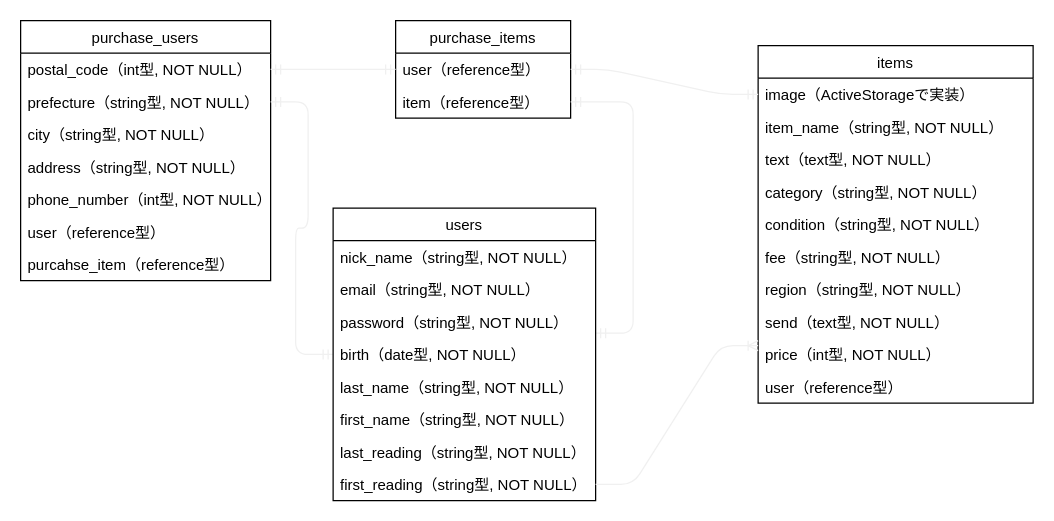
Earlier version of the draw.io diagram furima.dio (sazanami16/furima-31496). Source tidied: cells renumbered, new cells numbered last; positions are measured from the earlier drawing's top-left corner, leaving out a move shared by most shapes. Both pictures are drawn from the tidied source at 125%, with x=0, y=0 at pixel (20, 20).
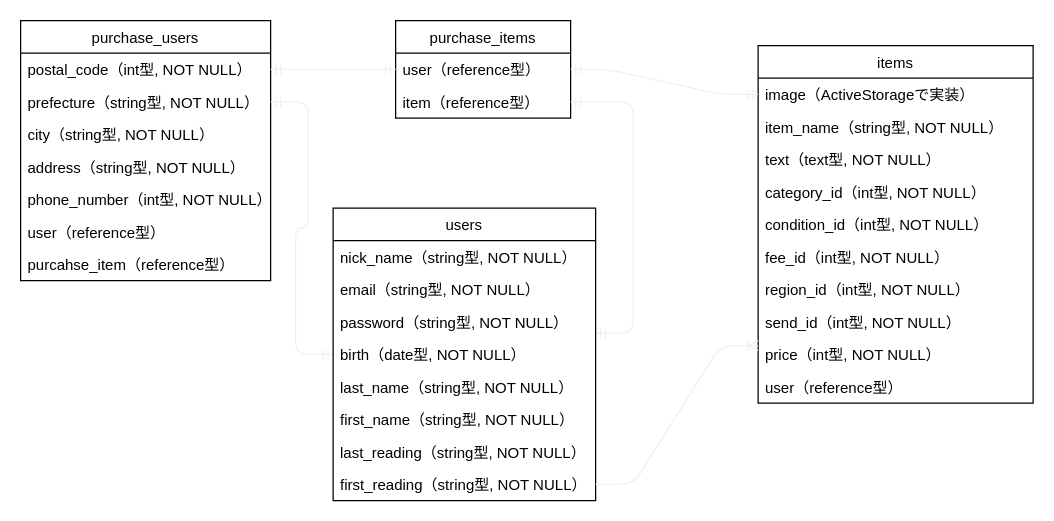
After the change.

Commit message (it also covers changes not shown here):
READMEへの設計情報記述を修正 Part2

アソシエーションの修正

Unchanged cells that the change refers to:
```xml
<mxCell id="2" value="items" style="swimlane;fontStyle=0;horizontal=1;startSize=26;fillColor=none;" parent="1" vertex="1">
  <mxGeometry x="590" y="20" width="220" height="286" as="geometry" />
</mxCell>
```

Diff of the diagram source:
```diff
@@
-    <mxCell id="6" value="category（string型, NOT NULL）" style="text;strokeColor=none;fillColor=none;align=left;verticalAlign=top;spacingLeft=4;spacingRight=4;overflow=hidden;" parent="2" vertex="1">
+    <mxCell id="6" value="category_id（int型, NOT NULL）" style="text;strokeColor=none;fillColor=none;align=left;verticalAlign=top;spacingLeft=4;spacingRight=4;overflow=hidden;" parent="2" vertex="1">
       <mxGeometry y="104" width="220" height="26" as="geometry" />
     </mxCell>
-    <mxCell id="7" value="condition（string型, NOT NULL）" style="text;strokeColor=none;fillColor=none;align=left;verticalAlign=top;spacingLeft=4;spacingRight=4;overflow=hidden;" parent="2" vertex="1">
+    <mxCell id="7" value="condition_id（int型, NOT NULL）" style="text;strokeColor=none;fillColor=none;align=left;verticalAlign=top;spacingLeft=4;spacingRight=4;overflow=hidden;" parent="2" vertex="1">
       <mxGeometry y="130" width="220" height="26" as="geometry" />
     </mxCell>
-    <mxCell id="8" value="fee（string型, NOT NULL）" style="text;strokeColor=none;fillColor=none;align=left;verticalAlign=top;spacingLeft=4;spacingRight=4;overflow=hidden;" parent="2" vertex="1">
+    <mxCell id="8" value="fee_id（int型, NOT NULL）" style="text;strokeColor=none;fillColor=none;align=left;verticalAlign=top;spacingLeft=4;spacingRight=4;overflow=hidden;" parent="2" vertex="1">
       <mxGeometry y="156" width="220" height="26" as="geometry" />
     </mxCell>
-    <mxCell id="9" value="region（string型, NOT NULL）" style="text;strokeColor=none;fillColor=none;align=left;verticalAlign=top;spacingLeft=4;spacingRight=4;overflow=hidden;" parent="2" vertex="1">
+    <mxCell id="9" value="region_id（int型, NOT NULL）" style="text;strokeColor=none;fillColor=none;align=left;verticalAlign=top;spacingLeft=4;spacingRight=4;overflow=hidden;" parent="2" vertex="1">
       <mxGeometry y="182" width="220" height="26" as="geometry" />
     </mxCell>
-    <mxCell id="10" value="send（text型, NOT NULL）" style="text;strokeColor=none;fillColor=none;align=left;verticalAlign=top;spacingLeft=4;spacingRight=4;overflow=hidden;" parent="2" vertex="1">
+    <mxCell id="10" value="send_id（int型, NOT NULL）" style="text;strokeColor=none;fillColor=none;align=left;verticalAlign=top;spacingLeft=4;spacingRight=4;overflow=hidden;" parent="2" vertex="1">
       <mxGeometry y="208" width="220" height="26" as="geometry" />
     </mxCell>
```
